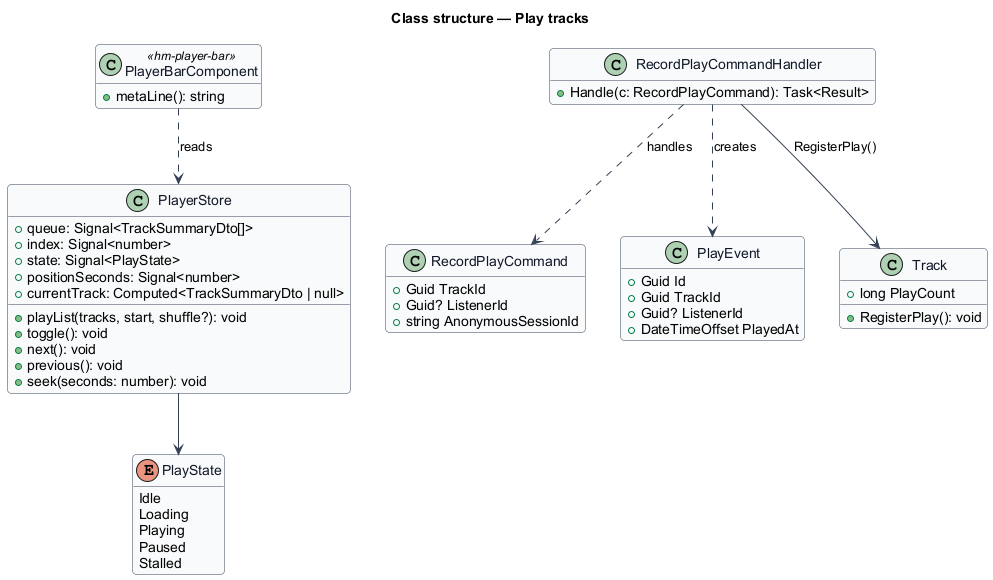
Above: docs/detailed-designs/playback/play-tracks/diagrams/class-structure.png in QuinntyneBrown/hummi (PlantUML), before the change.
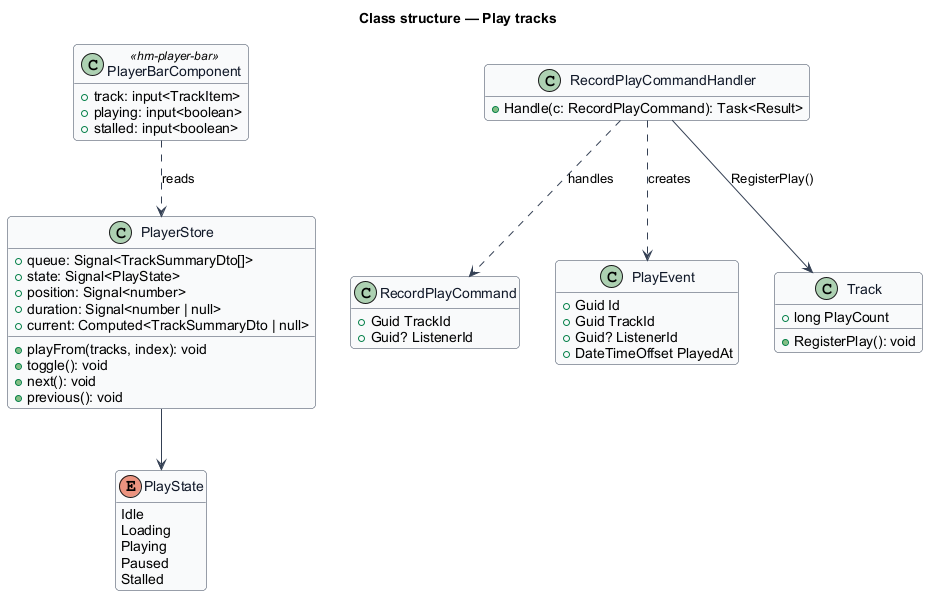
After the change.

What changed in the source:
```diff
@@ -21,23 +21,23 @@
 }
 class PlayerStore {
   +queue: Signal<TrackSummaryDto[]>
-  +index: Signal<number>
   +state: Signal<PlayState>
-  +positionSeconds: Signal<number>
-  +currentTrack: Computed<TrackSummaryDto | null>
-  +playList(tracks, start, shuffle?): void
+  +position: Signal<number>
+  +duration: Signal<number | null>
+  +current: Computed<TrackSummaryDto | null>
+  +playFrom(tracks, index): void
   +toggle(): void
   +next(): void
   +previous(): void
-  +seek(seconds: number): void
 }
 class PlayerBarComponent <<hm-player-bar>> {
-  +metaLine(): string
+  +track: input<TrackItem>
+  +playing: input<boolean>
+  +stalled: input<boolean>
 }
 class RecordPlayCommand {
   +Guid TrackId
   +Guid? ListenerId
-  +string AnonymousSessionId
 }
 class RecordPlayCommandHandler {
   +Handle(c: RecordPlayCommand): Task<Result>
```
